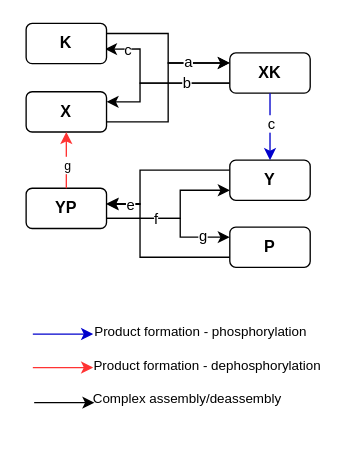
Before: diagrams/Model1.drawio in explodecomputer/DynaMR, a draw.io diagram. Source tidied: cells renumbered, new cells numbered last; positions are measured from the earlier drawing's top-left corner, leaving out a move shared by most shapes. Both pictures are drawn from the tidied source at 134%, with x=0, y=0 at pixel (25, 23).
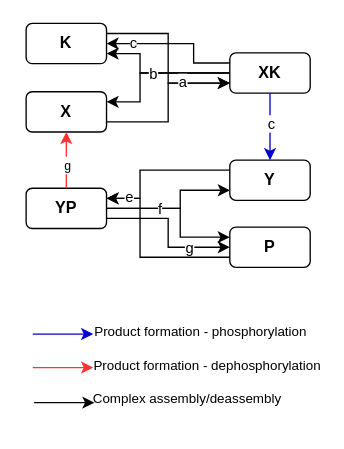
Above is the later version.

The change refers to these unchanged cells:
```xml
<mxCell id="9" value="&lt;b&gt;X&lt;/b&gt;" style="rounded=1;whiteSpace=wrap;html=1;" parent="1" vertex="1">
  <mxGeometry y="51" width="60" height="30" as="geometry" />
</mxCell>
<mxCell id="14" value="&lt;b&gt;XK&lt;/b&gt;" style="rounded=1;whiteSpace=wrap;html=1;" parent="1" vertex="1">
  <mxGeometry x="152" y="22" width="60" height="30" as="geometry" />
</mxCell>
<mxCell id="19" value="&lt;b&gt;YP&lt;/b&gt;" style="rounded=1;whiteSpace=wrap;html=1;" parent="1" vertex="1">
  <mxGeometry y="123" width="60" height="30" as="geometry" />
</mxCell>
<mxCell id="21" value="&lt;b&gt;Y&lt;/b&gt;" style="rounded=1;whiteSpace=wrap;html=1;" parent="1" vertex="1">
  <mxGeometry x="152" y="102" width="60" height="30" as="geometry" />
</mxCell>
<mxCell id="24" value="&lt;b&gt;K&lt;/b&gt;" style="rounded=1;whiteSpace=wrap;html=1;" parent="1" vertex="1">
  <mxGeometry width="60" height="30" as="geometry" />
</mxCell>
<mxCell id="27" value="&lt;b&gt;P&lt;/b&gt;" style="rounded=1;whiteSpace=wrap;html=1;" parent="1" vertex="1">
  <mxGeometry x="152" y="152" width="60" height="30" as="geometry" />
</mxCell>
```

Diff of the diagram source:
```diff
@@
-    <mxCell id="8" style="edgeStyle=orthogonalEdgeStyle;rounded=0;jettySize=auto;html=1;exitX=1;exitY=0.75;exitDx=0;exitDy=0;entryX=0;entryY=0.25;entryDx=0;entryDy=0;" parent="1" edge="1" source="9" target="14">
+    <mxCell id="8" style="edgeStyle=orthogonalEdgeStyle;rounded=0;jettySize=auto;html=1;exitX=1;exitY=0.75;exitDx=0;exitDy=0;entryX=0;entryY=0.75;entryDx=0;entryDy=0;" parent="1" edge="1" source="9" target="14">
       <mxGeometry relative="1" as="geometry" />
     </mxCell>
@@
-    <mxCell id="10" style="edgeStyle=orthogonalEdgeStyle;rounded=0;jettySize=auto;html=1;exitX=0;exitY=0.75;exitDx=0;exitDy=0;entryX=0.981;entryY=0.638;entryDx=0;entryDy=0;entryPerimeter=0;" parent="1" edge="1" source="14" target="24">
+    <mxCell id="10" style="edgeStyle=orthogonalEdgeStyle;rounded=0;jettySize=auto;html=1;exitX=0;exitY=0.5;exitDx=0;exitDy=0;entryX=1;entryY=0.75;entryDx=0;entryDy=0;" parent="1" edge="1" source="14" target="24">
       <mxGeometry relative="1" as="geometry">
         <Array as="points">
-          <mxPoint x="85" y="45" />
-          <mxPoint x="85" y="19" />
+          <mxPoint x="85" y="37" />
+          <mxPoint x="85" y="23" />
+          <mxPoint x="60" y="23" />
         </Array>
       </mxGeometry>
     </mxCell>
-    <mxCell id="11" value="c" style="edgeLabel;html=1;align=center;verticalAlign=middle;" parent="10" vertex="1">
-      <mxGeometry x="0.72" relative="1" as="geometry" />
-    </mxCell>
-    <mxCell id="12" style="edgeStyle=orthogonalEdgeStyle;rounded=0;jettySize=auto;html=1;exitX=0;exitY=0.75;exitDx=0;exitDy=0;entryX=1;entryY=0.25;entryDx=0;entryDy=0;" parent="1" edge="1" source="14" target="9">
+    <mxCell id="12" style="edgeStyle=orthogonalEdgeStyle;rounded=0;jettySize=auto;html=1;exitX=0;exitY=0.5;exitDx=0;exitDy=0;entryX=1;entryY=0.25;entryDx=0;entryDy=0;" parent="1" edge="1" source="14" target="9">
       <mxGeometry relative="1" as="geometry">
         <Array as="points">
-          <mxPoint x="85" y="45" />
+          <mxPoint x="85" y="37" />
           <mxPoint x="85" y="59" />
         </Array>
       </mxGeometry>
     </mxCell>
     <mxCell id="13" value="b" style="edgeLabel;html=1;align=center;verticalAlign=middle;" parent="12" vertex="1">
-      <mxGeometry x="-0.38" relative="1" as="geometry" />
+      <mxGeometry x="0.03" relative="1" as="geometry" />
     </mxCell>
+    <mxCell id="32" style="edgeStyle=orthogonalEdgeStyle;rounded=0;jettySize=auto;html=1;entryX=1;entryY=0.5;entryDx=0;entryDy=0;endArrow=classic;endFill=1;exitX=0;exitY=0.25;exitDx=0;exitDy=0;" parent="1" edge="1" source="14" target="24">
+      <mxGeometry relative="1" as="geometry">
+        <Array as="points">
+          <mxPoint x="125" y="29" />
+          <mxPoint x="125" y="15" />
+        </Array>
+      </mxGeometry>
+    </mxCell>
+    <mxCell id="11" value="c" style="edgeLabel;html=1;align=center;verticalAlign=middle;" parent="32" vertex="1">
+      <mxGeometry x="0.64" y="-1" relative="1" as="geometry" />
+    </mxCell>
@@
-    <mxCell id="15" style="edgeStyle=orthogonalEdgeStyle;rounded=0;jettySize=auto;html=1;exitX=1;exitY=0.75;exitDx=0;exitDy=0;entryX=0;entryY=0.75;entryDx=0;entryDy=0;" parent="1" edge="1" source="19" target="21">
+    <mxCell id="15" style="edgeStyle=orthogonalEdgeStyle;rounded=0;jettySize=auto;html=1;exitX=1;exitY=0.5;exitDx=0;exitDy=0;entryX=0;entryY=0.75;entryDx=0;entryDy=0;" parent="1" edge="1" source="19" target="21">
       <mxGeometry relative="1" as="geometry">
         <Array as="points">
-          <mxPoint x="115" y="146" />
+          <mxPoint x="115" y="138" />
           <mxPoint x="115" y="124" />
         </Array>
       </mxGeometry>
     </mxCell>
-    <mxCell id="16" style="edgeStyle=orthogonalEdgeStyle;rounded=0;jettySize=auto;html=1;exitX=1;exitY=0.75;exitDx=0;exitDy=0;entryX=0;entryY=0.25;entryDx=0;entryDy=0;" parent="1" edge="1" source="19" target="27">
+    <mxCell id="16" style="edgeStyle=orthogonalEdgeStyle;rounded=0;jettySize=auto;html=1;exitX=1;exitY=0.5;exitDx=0;exitDy=0;entryX=0;entryY=0.25;entryDx=0;entryDy=0;" parent="1" edge="1" source="19" target="27">
       <mxGeometry relative="1" as="geometry">
         <Array as="points">
-          <mxPoint x="115" y="146" />
-          <mxPoint x="115" y="160" />
+          <mxPoint x="115" y="138" />
+          <mxPoint x="115" y="159" />
         </Array>
       </mxGeometry>
     </mxCell>
@@
+    <mxCell id="33" style="edgeStyle=orthogonalEdgeStyle;rounded=0;jettySize=auto;html=1;exitX=1;exitY=0.75;exitDx=0;exitDy=0;entryX=0;entryY=0.5;entryDx=0;entryDy=0;endArrow=classic;endFill=1;" parent="1" edge="1" source="19" target="27">
+      <mxGeometry relative="1" as="geometry" />
+    </mxCell>
-    <mxCell id="18" value="g" style="edgeLabel;html=1;align=center;verticalAlign=middle;" parent="16" vertex="1">
-      <mxGeometry x="0.6" y="1" relative="1" as="geometry" />
+    <mxCell id="18" value="g" style="edgeLabel;html=1;align=center;verticalAlign=middle;" parent="33" vertex="1">
+      <mxGeometry x="0.46" relative="1" as="geometry" />
     </mxCell>
@@
-    <mxCell id="20" style="edgeStyle=orthogonalEdgeStyle;rounded=0;jettySize=auto;html=1;exitX=0;exitY=0.25;exitDx=0;exitDy=0;" parent="1" edge="1" source="21">
+    <mxCell id="20" style="edgeStyle=orthogonalEdgeStyle;rounded=0;jettySize=auto;html=1;exitX=0;exitY=0.25;exitDx=0;exitDy=0;entryX=1;entryY=0.25;entryDx=0;entryDy=0;" parent="1" edge="1" source="21" target="19">
       <mxGeometry relative="1" as="geometry">
-        <mxPoint x="60" y="135" as="targetPoint" />
         <Array as="points">
-          <mxPoint x="85" y="110" />
-          <mxPoint x="85" y="135" />
+          <mxPoint x="85" y="109" />
+          <mxPoint x="85" y="131" />
+          <mxPoint x="60" y="131" />
         </Array>
       </mxGeometry>
     </mxCell>
@@
-    <mxCell id="22" style="edgeStyle=orthogonalEdgeStyle;rounded=0;jettySize=auto;html=1;exitX=1;exitY=0.25;exitDx=0;exitDy=0;entryX=0;entryY=0.25;entryDx=0;entryDy=0;" parent="1" edge="1" source="24" target="14">
+    <mxCell id="22" style="edgeStyle=orthogonalEdgeStyle;rounded=0;jettySize=auto;html=1;exitX=1;exitY=0.25;exitDx=0;exitDy=0;entryX=0;entryY=0.75;entryDx=0;entryDy=0;" parent="1" edge="1" source="24" target="14">
       <mxGeometry relative="1" as="geometry" />
     </mxCell>
@@
-    <mxCell id="25" style="edgeStyle=orthogonalEdgeStyle;rounded=0;jettySize=auto;html=1;entryX=1;entryY=0.25;entryDx=0;entryDy=0;exitX=0;exitY=0.75;exitDx=0;exitDy=0;" parent="1" edge="1" source="27">
+    <mxCell id="25" style="edgeStyle=orthogonalEdgeStyle;rounded=0;jettySize=auto;html=1;entryX=1;entryY=0.25;entryDx=0;entryDy=0;exitX=0;exitY=0.75;exitDx=0;exitDy=0;" parent="1" edge="1" source="27" target="19">
       <mxGeometry relative="1" as="geometry">
-        <mxPoint x="60" y="134.5" as="targetPoint" />
         <Array as="points">
-          <mxPoint x="85" y="175" />
-          <mxPoint x="85" y="135" />
+          <mxPoint x="85" y="174" />
+          <mxPoint x="85" y="131" />
+          <mxPoint x="60" y="131" />
         </Array>
       </mxGeometry>
     </mxCell>
     <mxCell id="26" value="e" style="edgeLabel;html=1;align=center;verticalAlign=middle;" parent="25" vertex="1">
-      <mxGeometry x="0.74" y="1" relative="1" as="geometry" />
+      <mxGeometry x="0.77" y="-1" relative="1" as="geometry" />
     </mxCell>
```
